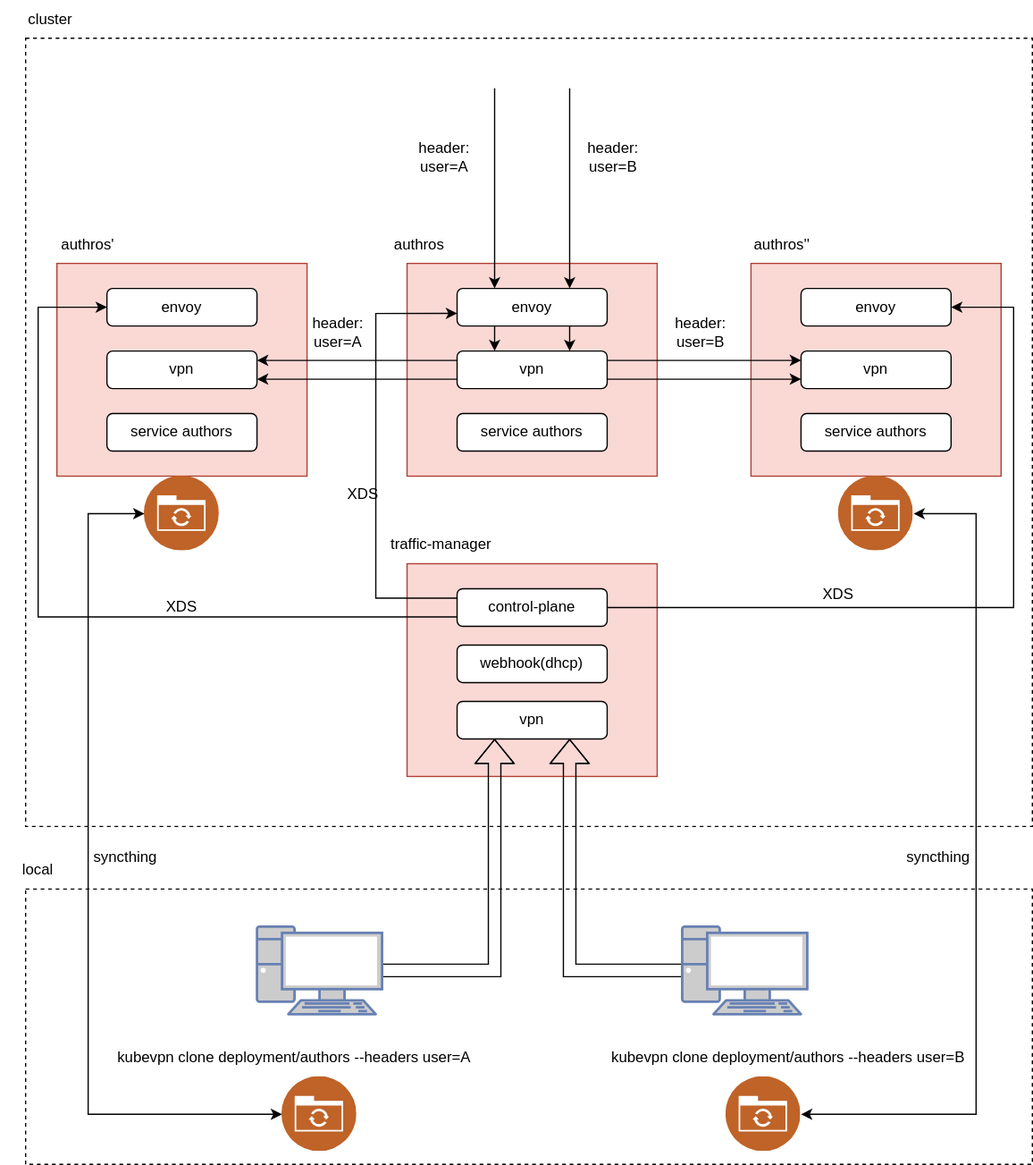
Earlier version of the draw.io export docs/architecture/clone.svg (kubenetworks/kubenetworks.github.io). Source tidied: cells renumbered, new cells last; positions are measured from the earlier drawing's top-left corner, leaving out a move shared by most shapes. Source of this version:
```xml
<mxGraphModel>
  <root>
    <mxCell id="0" />
    <mxCell id="1" parent="0" />
    <mxCell id="2" style="rounded=0;whiteSpace=wrap;html=1;dashed=1;" parent="1" vertex="1">
      <mxGeometry x="20" y="710" width="805" height="220" as="geometry" />
    </mxCell>
    <mxCell id="3" style="rounded=0;whiteSpace=wrap;html=1;dashed=1;" parent="1" vertex="1">
      <mxGeometry x="20" y="30" width="805" height="630" as="geometry" />
    </mxCell>
    <mxCell id="4" style="rounded=0;whiteSpace=wrap;html=1;fillColor=#fad9d5;strokeColor=#ae4132;" parent="1" vertex="1">
      <mxGeometry x="325" y="210" width="200" height="170" as="geometry" />
    </mxCell>
    <mxCell id="5" style="rounded=0;whiteSpace=wrap;html=1;fillColor=#fad9d5;strokeColor=#ae4132;" parent="1" vertex="1">
      <mxGeometry x="325" y="450" width="200" height="170" as="geometry" />
    </mxCell>
    <mxCell id="6" style="edgeStyle=orthogonalEdgeStyle;rounded=0;jettySize=auto;html=1;entryX=0.2;entryY=0.235;entryDx=0;entryDy=0;entryPerimeter=0;exitX=0;exitY=0.25;exitDx=0;exitDy=0;curved=0;" parent="1" edge="1" source="9" target="4">
      <mxGeometry relative="1" as="geometry">
        <Array as="points">
          <mxPoint x="300" y="477" />
          <mxPoint x="300" y="250" />
        </Array>
      </mxGeometry>
    </mxCell>
    <mxCell id="7" value="webhook(dhcp)" style="rounded=1;whiteSpace=wrap;html=1;" parent="1" vertex="1">
      <mxGeometry x="365" y="515" width="120" height="30" as="geometry" />
    </mxCell>
    <mxCell id="8" value="vpn" style="rounded=1;whiteSpace=wrap;html=1;" parent="1" vertex="1">
      <mxGeometry x="365" y="560" width="120" height="30" as="geometry" />
    </mxCell>
    <mxCell id="9" value="control-plane" style="rounded=1;whiteSpace=wrap;html=1;" parent="1" vertex="1">
      <mxGeometry x="365" y="470" width="120" height="30" as="geometry" />
    </mxCell>
    <mxCell id="10" value="envoy" style="rounded=1;whiteSpace=wrap;html=1;" parent="1" vertex="1">
      <mxGeometry x="365" y="230" width="120" height="30" as="geometry" />
    </mxCell>
    <mxCell id="11" value="service authors" style="rounded=1;whiteSpace=wrap;html=1;" parent="1" vertex="1">
      <mxGeometry x="365" y="330" width="120" height="30" as="geometry" />
    </mxCell>
    <mxCell id="12" value="vpn" style="rounded=1;whiteSpace=wrap;html=1;" parent="1" vertex="1">
      <mxGeometry x="365" y="280" width="120" height="30" as="geometry" />
    </mxCell>
    <mxCell id="13" style="endArrow=classic;html=1;rounded=0;entryX=0.25;entryY=0;entryDx=0;entryDy=0;" parent="1" edge="1" target="10">
      <mxGeometry relative="1" as="geometry">
        <mxPoint x="395" y="70" as="sourcePoint" />
      </mxGeometry>
    </mxCell>
    <mxCell id="14" style="endArrow=classic;html=1;rounded=0;entryX=0.75;entryY=0;entryDx=0;entryDy=0;" parent="1" edge="1" target="10">
      <mxGeometry relative="1" as="geometry">
        <mxPoint x="455" y="70" as="sourcePoint" />
      </mxGeometry>
    </mxCell>
    <mxCell id="15" value="header:&lt;div&gt;user=A&lt;/div&gt;" style="text;html=1;align=center;verticalAlign=middle;whiteSpace=wrap;rounded=0;" parent="1" vertex="1">
      <mxGeometry x="325" y="110" width="60" height="30" as="geometry" />
    </mxCell>
    <mxCell id="16" value="header:&lt;div&gt;user=B&lt;/div&gt;" style="text;html=1;align=center;verticalAlign=middle;whiteSpace=wrap;rounded=0;" parent="1" vertex="1">
      <mxGeometry x="460" y="110" width="60" height="30" as="geometry" />
    </mxCell>
    <mxCell id="17" style="edgeStyle=orthogonalEdgeStyle;rounded=0;jettySize=auto;html=1;entryX=0.25;entryY=1;entryDx=0;entryDy=0;startArrow=none;startFill=0;shape=flexArrow;" parent="1" edge="1" source="18" target="8">
      <mxGeometry relative="1" as="geometry" />
    </mxCell>
    <mxCell id="18" style="fontColor=#0066CC;verticalAlign=top;verticalLabelPosition=bottom;labelPosition=center;align=center;html=1;outlineConnect=0;fillColor=#CCCCCC;strokeColor=#6881B3;gradientColor=none;gradientDirection=north;strokeWidth=2;shape=mxgraph.networks.pc;" parent="1" vertex="1">
      <mxGeometry x="205" y="740" width="100" height="70" as="geometry" />
    </mxCell>
    <mxCell id="19" style="edgeStyle=orthogonalEdgeStyle;rounded=0;jettySize=auto;html=1;entryX=0.75;entryY=1;entryDx=0;entryDy=0;startArrow=none;startFill=0;shape=flexArrow;" parent="1" edge="1" source="20" target="8">
      <mxGeometry relative="1" as="geometry" />
    </mxCell>
    <mxCell id="20" style="fontColor=#0066CC;verticalAlign=top;verticalLabelPosition=bottom;labelPosition=center;align=center;html=1;outlineConnect=0;fillColor=#CCCCCC;strokeColor=#6881B3;gradientColor=none;gradientDirection=north;strokeWidth=2;shape=mxgraph.networks.pc;" parent="1" vertex="1">
      <mxGeometry x="545" y="740" width="100" height="70" as="geometry" />
    </mxCell>
    <mxCell id="21" value="kubevpn clone deployment/authors --headers user=A" style="text;html=1;align=center;verticalAlign=middle;whiteSpace=wrap;rounded=0;" parent="1" vertex="1">
      <mxGeometry x="85" y="830" width="300" height="30" as="geometry" />
    </mxCell>
    <mxCell id="22" value="kubevpn clone deployment/authors --headers user=B" style="text;html=1;align=center;verticalAlign=middle;whiteSpace=wrap;rounded=0;" parent="1" vertex="1">
      <mxGeometry x="475" y="830" width="310" height="30" as="geometry" />
    </mxCell>
    <mxCell id="23" style="edgeStyle=orthogonalEdgeStyle;rounded=0;jettySize=auto;html=1;exitX=0.25;exitY=1;exitDx=0;exitDy=0;entryX=0.25;entryY=0;entryDx=0;entryDy=0;" parent="1" edge="1" source="10" target="12">
      <mxGeometry relative="1" as="geometry" />
    </mxCell>
    <mxCell id="24" style="edgeStyle=orthogonalEdgeStyle;rounded=0;jettySize=auto;html=1;exitX=0.75;exitY=1;exitDx=0;exitDy=0;entryX=0.75;entryY=0;entryDx=0;entryDy=0;" parent="1" edge="1" source="10" target="12">
      <mxGeometry relative="1" as="geometry" />
    </mxCell>
    <mxCell id="25" value="XDS" style="text;html=1;align=center;verticalAlign=middle;whiteSpace=wrap;rounded=0;" parent="1" vertex="1">
      <mxGeometry x="260" y="380" width="60" height="30" as="geometry" />
    </mxCell>
    <mxCell id="26" value="traffic-manager" style="text;html=1;align=center;verticalAlign=middle;whiteSpace=wrap;rounded=0;" parent="1" vertex="1">
      <mxGeometry x="305" y="420" width="95" height="30" as="geometry" />
    </mxCell>
    <mxCell id="27" value="authros" style="text;html=1;align=center;verticalAlign=middle;whiteSpace=wrap;rounded=0;" parent="1" vertex="1">
      <mxGeometry x="300" y="180" width="70" height="30" as="geometry" />
    </mxCell>
    <mxCell id="28" style="rounded=0;whiteSpace=wrap;html=1;fillColor=#fad9d5;strokeColor=#ae4132;" parent="1" vertex="1">
      <mxGeometry x="600" y="210" width="200" height="170" as="geometry" />
    </mxCell>
    <mxCell id="29" value="envoy" style="rounded=1;whiteSpace=wrap;html=1;" parent="1" vertex="1">
      <mxGeometry x="640" y="230" width="120" height="30" as="geometry" />
    </mxCell>
    <mxCell id="30" value="service authors" style="rounded=1;whiteSpace=wrap;html=1;" parent="1" vertex="1">
      <mxGeometry x="640" y="330" width="120" height="30" as="geometry" />
    </mxCell>
    <mxCell id="31" value="vpn" style="rounded=1;whiteSpace=wrap;html=1;" parent="1" vertex="1">
      <mxGeometry x="640" y="280" width="120" height="30" as="geometry" />
    </mxCell>
    <mxCell id="32" style="edgeStyle=orthogonalEdgeStyle;rounded=0;jettySize=auto;html=1;exitX=1;exitY=0.75;exitDx=0;exitDy=0;entryX=0;entryY=0.75;entryDx=0;entryDy=0;" parent="1" edge="1" source="12" target="31">
      <mxGeometry relative="1" as="geometry" />
    </mxCell>
    <mxCell id="33" style="edgeStyle=orthogonalEdgeStyle;rounded=0;jettySize=auto;html=1;exitX=1;exitY=0.25;exitDx=0;exitDy=0;entryX=0;entryY=0.25;entryDx=0;entryDy=0;" parent="1" edge="1" source="12" target="31">
      <mxGeometry relative="1" as="geometry" />
    </mxCell>
    <mxCell id="34" value="authros''" style="text;html=1;align=center;verticalAlign=middle;whiteSpace=wrap;rounded=0;" parent="1" vertex="1">
      <mxGeometry x="590" y="180" width="70" height="30" as="geometry" />
    </mxCell>
    <mxCell id="35" style="rounded=0;whiteSpace=wrap;html=1;fillColor=#fad9d5;strokeColor=#ae4132;" parent="1" vertex="1">
      <mxGeometry x="45" y="210" width="200" height="170" as="geometry" />
    </mxCell>
    <mxCell id="36" value="envoy" style="rounded=1;whiteSpace=wrap;html=1;" parent="1" vertex="1">
      <mxGeometry x="85" y="230" width="120" height="30" as="geometry" />
    </mxCell>
    <mxCell id="37" value="service authors" style="rounded=1;whiteSpace=wrap;html=1;" parent="1" vertex="1">
      <mxGeometry x="85" y="330" width="120" height="30" as="geometry" />
    </mxCell>
    <mxCell id="38" style="edgeStyle=orthogonalEdgeStyle;rounded=0;jettySize=auto;html=1;exitX=1;exitY=0.25;exitDx=0;exitDy=0;entryX=0;entryY=0.25;entryDx=0;entryDy=0;startArrow=classic;startFill=1;endArrow=none;endFill=0;" parent="1" edge="1" source="40" target="12">
      <mxGeometry relative="1" as="geometry" />
    </mxCell>
    <mxCell id="39" style="edgeStyle=orthogonalEdgeStyle;rounded=0;jettySize=auto;html=1;exitX=1;exitY=0.75;exitDx=0;exitDy=0;entryX=0;entryY=0.75;entryDx=0;entryDy=0;startArrow=classic;startFill=1;endArrow=none;endFill=0;" parent="1" edge="1" source="40" target="12">
      <mxGeometry relative="1" as="geometry" />
    </mxCell>
    <mxCell id="40" value="vpn" style="rounded=1;whiteSpace=wrap;html=1;" parent="1" vertex="1">
      <mxGeometry x="85" y="280" width="120" height="30" as="geometry" />
    </mxCell>
    <mxCell id="41" value="authros'" style="text;html=1;align=center;verticalAlign=middle;whiteSpace=wrap;rounded=0;" parent="1" vertex="1">
      <mxGeometry x="35" y="180" width="70" height="30" as="geometry" />
    </mxCell>
    <mxCell id="42" value="header:&lt;div&gt;user=B&lt;/div&gt;" style="text;html=1;align=center;verticalAlign=middle;whiteSpace=wrap;rounded=0;" parent="1" vertex="1">
      <mxGeometry x="530" y="250" width="60" height="30" as="geometry" />
    </mxCell>
    <mxCell id="43" value="header:&lt;div&gt;user=A&lt;/div&gt;" style="text;html=1;align=center;verticalAlign=middle;whiteSpace=wrap;rounded=0;" parent="1" vertex="1">
      <mxGeometry x="240" y="250" width="60" height="30" as="geometry" />
    </mxCell>
    <mxCell id="44" style="edgeStyle=orthogonalEdgeStyle;rounded=0;jettySize=auto;html=1;entryX=1;entryY=0.5;entryDx=0;entryDy=0;" parent="1" edge="1" source="9" target="29">
      <mxGeometry relative="1" as="geometry">
        <Array as="points">
          <mxPoint x="810" y="485" />
          <mxPoint x="810" y="245" />
        </Array>
      </mxGeometry>
    </mxCell>
    <mxCell id="45" style="edgeStyle=orthogonalEdgeStyle;rounded=0;jettySize=auto;html=1;exitX=0;exitY=0.75;exitDx=0;exitDy=0;entryX=0;entryY=0.5;entryDx=0;entryDy=0;" parent="1" edge="1" source="9" target="36">
      <mxGeometry relative="1" as="geometry">
        <Array as="points">
          <mxPoint x="30" y="492" />
          <mxPoint x="30" y="245" />
        </Array>
      </mxGeometry>
    </mxCell>
    <mxCell id="46" value="XDS" style="text;html=1;align=center;verticalAlign=middle;whiteSpace=wrap;rounded=0;" parent="1" vertex="1">
      <mxGeometry x="115" y="470" width="60" height="30" as="geometry" />
    </mxCell>
    <mxCell id="47" value="XDS" style="text;html=1;align=center;verticalAlign=middle;whiteSpace=wrap;rounded=0;" parent="1" vertex="1">
      <mxGeometry x="640" y="460" width="60" height="30" as="geometry" />
    </mxCell>
    <mxCell id="48" style="edgeStyle=orthogonalEdgeStyle;rounded=0;jettySize=auto;html=1;startArrow=classic;startFill=1;strokeWidth=1;exitX=0;exitY=0.5;exitDx=0;exitDy=0;" parent="1" edge="1" source="49" target="50">
      <mxGeometry relative="1" as="geometry">
        <Array as="points">
          <mxPoint x="70" y="890" />
          <mxPoint x="70" y="410" />
        </Array>
      </mxGeometry>
    </mxCell>
    <mxCell id="49" style="image;perimeter=ellipsePerimeter;html=1;align=center;shadow=0;dashed=0;fontColor=#4277BB;labelBackgroundColor=default;fontSize=12;spacingTop=3;image=img/lib/ibm/social/file_sync.svg;" parent="1" vertex="1">
      <mxGeometry x="225" y="860" width="60" height="60" as="geometry" />
    </mxCell>
    <mxCell id="50" style="image;perimeter=ellipsePerimeter;html=1;align=center;shadow=0;dashed=0;fontColor=#4277BB;labelBackgroundColor=default;fontSize=12;spacingTop=3;image=img/lib/ibm/social/file_sync.svg;" parent="1" vertex="1">
      <mxGeometry x="115" y="380" width="60" height="60" as="geometry" />
    </mxCell>
    <mxCell id="51" style="edgeStyle=orthogonalEdgeStyle;rounded=0;jettySize=auto;html=1;entryX=1;entryY=0.5;entryDx=0;entryDy=0;startArrow=classic;startFill=1;strokeWidth=1;exitX=1;exitY=0.5;exitDx=0;exitDy=0;" parent="1" edge="1" source="52" target="53">
      <mxGeometry relative="1" as="geometry">
        <Array as="points">
          <mxPoint x="780" y="890" />
          <mxPoint x="780" y="410" />
        </Array>
      </mxGeometry>
    </mxCell>
    <mxCell id="52" style="image;perimeter=ellipsePerimeter;html=1;align=center;shadow=0;dashed=0;fontColor=#4277BB;labelBackgroundColor=default;fontSize=12;spacingTop=3;image=img/lib/ibm/social/file_sync.svg;" parent="1" vertex="1">
      <mxGeometry x="580" y="860" width="60" height="60" as="geometry" />
    </mxCell>
    <mxCell id="53" style="image;perimeter=ellipsePerimeter;html=1;align=center;shadow=0;dashed=0;fontColor=#4277BB;labelBackgroundColor=default;fontSize=12;spacingTop=3;image=img/lib/ibm/social/file_sync.svg;" parent="1" vertex="1">
      <mxGeometry x="670" y="380" width="60" height="60" as="geometry" />
    </mxCell>
    <mxCell id="54" value="cluster" style="text;html=1;align=center;verticalAlign=middle;whiteSpace=wrap;rounded=0;" parent="1" vertex="1">
      <mxGeometry x="10" width="60" height="30" as="geometry" />
    </mxCell>
    <mxCell id="55" value="local" style="text;html=1;align=center;verticalAlign=middle;whiteSpace=wrap;rounded=0;" parent="1" vertex="1">
      <mxGeometry y="680" width="60" height="30" as="geometry" />
    </mxCell>
    <mxCell id="56" value="syncthing" style="text;html=1;align=center;verticalAlign=middle;whiteSpace=wrap;rounded=0;" parent="1" vertex="1">
      <mxGeometry x="70" y="670" width="60" height="30" as="geometry" />
    </mxCell>
    <mxCell id="57" value="syncthing" style="text;html=1;align=center;verticalAlign=middle;whiteSpace=wrap;rounded=0;" parent="1" vertex="1">
      <mxGeometry x="720" y="670" width="60" height="30" as="geometry" />
    </mxCell>
  </root>
</mxGraphModel>
```
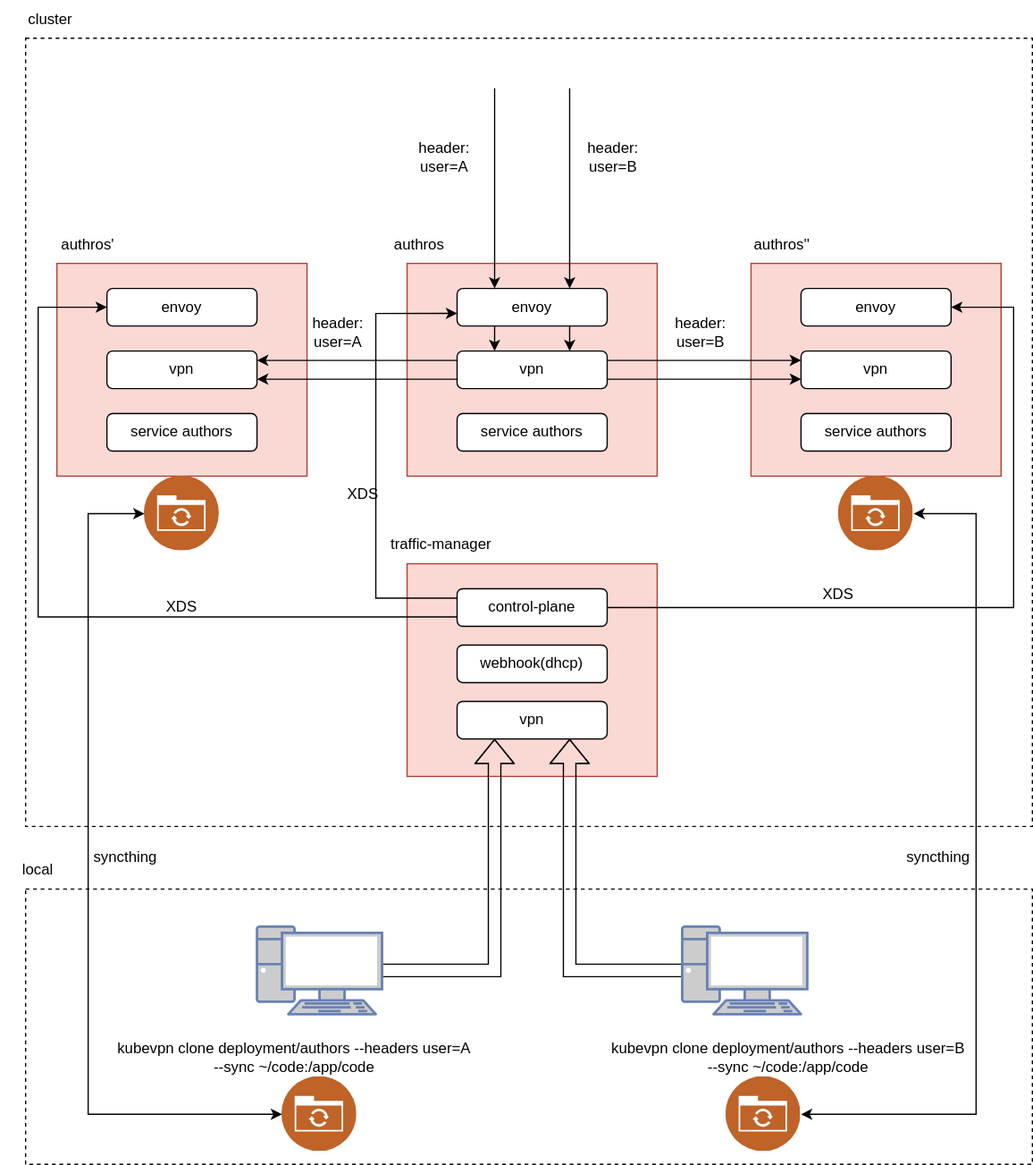
The same diagram one commit later.

Change to the diagram source:
```diff
@@ -68,10 +68,10 @@
     <mxCell id="20" style="fontColor=#0066CC;verticalAlign=top;verticalLabelPosition=bottom;labelPosition=center;align=center;html=1;outlineConnect=0;fillColor=#CCCCCC;strokeColor=#6881B3;gradientColor=none;gradientDirection=north;strokeWidth=2;shape=mxgraph.networks.pc;" parent="1" vertex="1">
       <mxGeometry x="545" y="740" width="100" height="70" as="geometry" />
     </mxCell>
-    <mxCell id="21" value="kubevpn clone deployment/authors --headers user=A" style="text;html=1;align=center;verticalAlign=middle;whiteSpace=wrap;rounded=0;" parent="1" vertex="1">
+    <mxCell id="21" value="kubevpn clone deployment/authors --headers user=A&lt;div&gt;--sync ~/code:/app/code&lt;/div&gt;" style="text;html=1;align=center;verticalAlign=middle;whiteSpace=wrap;rounded=0;" parent="1" vertex="1">
       <mxGeometry x="85" y="830" width="300" height="30" as="geometry" />
     </mxCell>
-    <mxCell id="22" value="kubevpn clone deployment/authors --headers user=B" style="text;html=1;align=center;verticalAlign=middle;whiteSpace=wrap;rounded=0;" parent="1" vertex="1">
+    <mxCell id="22" value="kubevpn clone deployment/authors --headers user=B&lt;div&gt;--sync ~/code:/app/code&lt;/div&gt;" style="text;html=1;align=center;verticalAlign=middle;whiteSpace=wrap;rounded=0;" parent="1" vertex="1">
       <mxGeometry x="475" y="830" width="310" height="30" as="geometry" />
     </mxCell>
     <mxCell id="23" style="edgeStyle=orthogonalEdgeStyle;rounded=0;jettySize=auto;html=1;exitX=0.25;exitY=1;exitDx=0;exitDy=0;entryX=0.25;entryY=0;entryDx=0;entryDy=0;" parent="1" edge="1" source="10" target="12">
```
